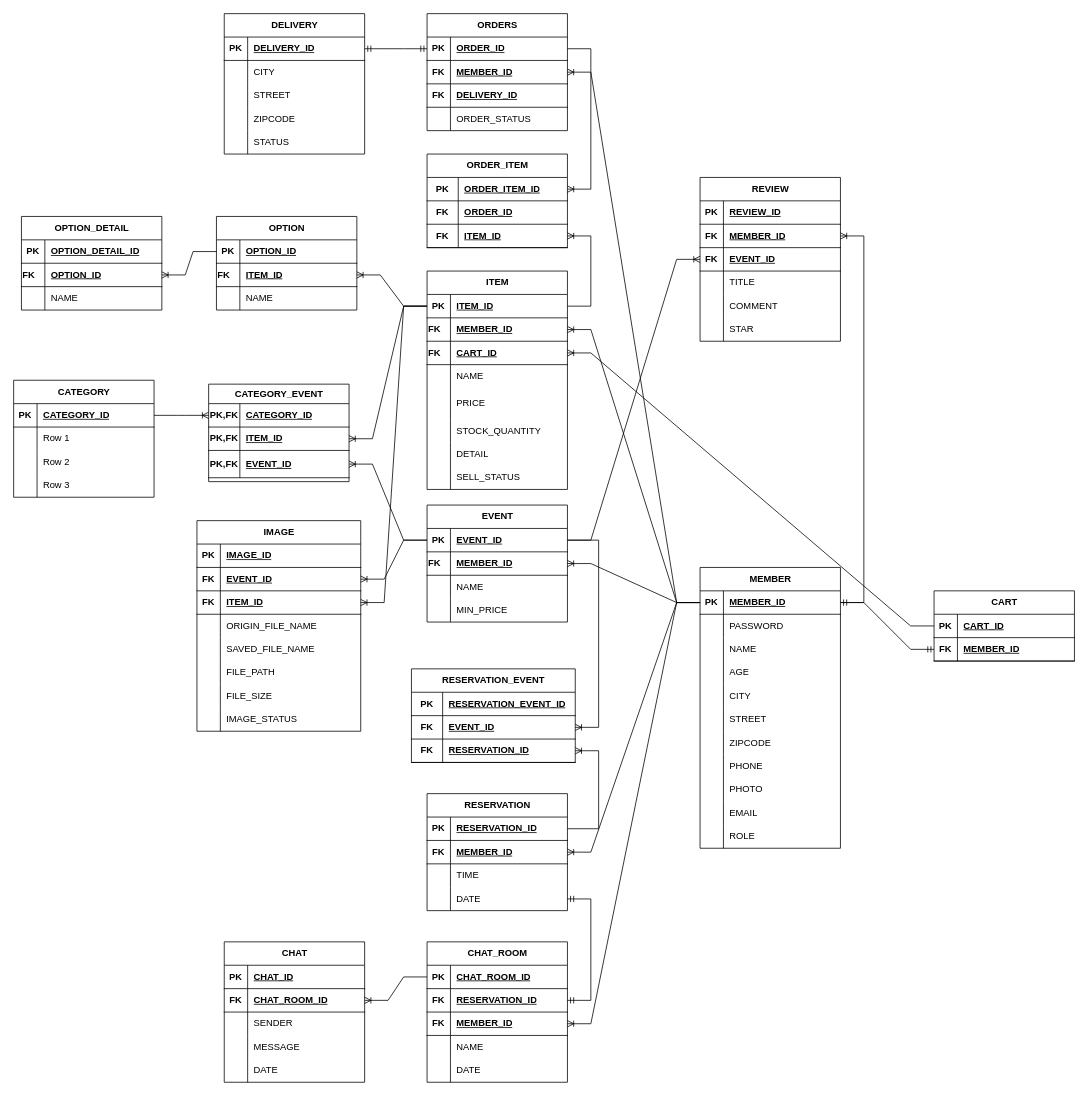
Above: EventLinkERD.drawio in leeheeweon/EventLink (draw.io), before the change. Source tidied: cells renumbered, new cells numbered last; positions are measured from the earlier drawing's top-left corner, leaving out a move shared by most shapes. Both pictures are drawn from the tidied source at 78%, with x=0, y=0 at pixel (13, 13).
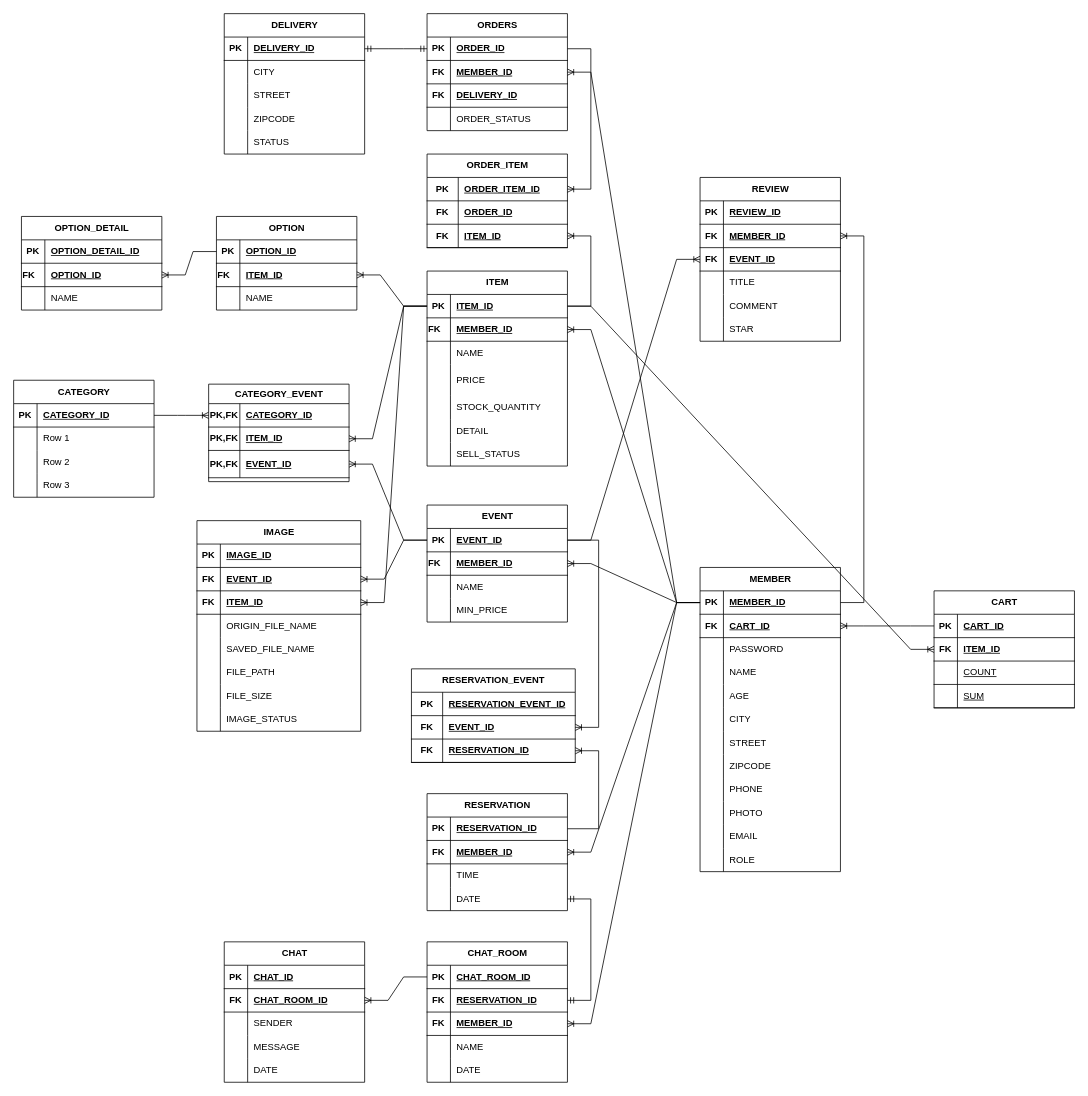
Above is the later version.

The change refers to these unchanged cells:
```xml
<mxCell id="113" style="shape=tableRow;horizontal=0;startSize=0;swimlaneHead=0;swimlaneBody=0;fillColor=none;points=[[0,0.5],[1,0.5]];portConstraint=eastwest;top=0;left=0;right=0;bottom=1;" parent="112" vertex="1">
  <mxGeometry y="30" width="180" height="30" as="geometry" />
</mxCell>
<mxCell id="174" style="shape=tableRow;horizontal=0;startSize=0;swimlaneHead=0;swimlaneBody=0;fillColor=none;points=[[0,0.5],[1,0.5]];portConstraint=eastwest;top=0;left=0;right=0;bottom=1;" parent="173" vertex="1">
  <mxGeometry y="30" width="180" height="30" as="geometry" />
</mxCell>
<mxCell id="213" style="shape=tableRow;horizontal=0;startSize=0;swimlaneHead=0;swimlaneBody=0;fillColor=none;points=[[0,0.5],[1,0.5]];portConstraint=eastwest;top=0;left=0;right=0;bottom=1;" parent="212" vertex="1">
  <mxGeometry y="30" width="180" height="30" as="geometry" />
</mxCell>
```

What changed in the source:
```diff
@@
     <mxCell id="112" value="MEMBER" style="shape=table;startSize=30;childLayout=tableLayout;rowLines=0;fontStyle=1;align=center;html=1;" parent="1" vertex="1">
-      <mxGeometry x="880" y="710" width="180" height="360" as="geometry" />
+      <mxGeometry x="880" y="710" width="180" height="390" as="geometry" />
     </mxCell>
@@
+    <mxCell id="285" style="shape=tableRow;horizontal=0;startSize=0;swimlaneHead=0;swimlaneBody=0;fillColor=none;points=[[0,0.5],[1,0.5]];portConstraint=eastwest;top=0;left=0;right=0;bottom=1;" parent="112" vertex="1">
+      <mxGeometry y="60" width="180" height="30" as="geometry" />
+    </mxCell>
+    <mxCell id="286" value="FK" style="shape=partialRectangle;fillColor=none;top=0;left=0;bottom=0;right=0;fontStyle=1;overflow=hidden;whiteSpace=wrap;html=1;" parent="285" vertex="1">
+      <mxGeometry width="30" height="30" as="geometry" />
+    </mxCell>
+    <mxCell id="182" value="CART_ID" style="shape=partialRectangle;fillColor=none;top=0;left=0;bottom=0;right=0;align=left;spacingLeft=6;fontStyle=5;overflow=hidden;whiteSpace=wrap;html=1;" parent="285" vertex="1">
+      <mxGeometry x="30" width="150" height="30" as="geometry" />
+    </mxCell>
     <mxCell id="116" style="shape=tableRow;horizontal=0;startSize=0;swimlaneHead=0;swimlaneBody=0;fillColor=none;top=0;left=0;right=0;bottom=0;" parent="112" vertex="1">
-      <mxGeometry y="60" width="180" height="30" as="geometry" />
+      <mxGeometry y="90" width="180" height="30" as="geometry" />
     </mxCell>
@@
     <mxCell id="119" style="shape=tableRow;horizontal=0;startSize=0;swimlaneHead=0;swimlaneBody=0;fillColor=none;top=0;left=0;right=0;bottom=0;" parent="112" vertex="1">
-      <mxGeometry y="90" width="180" height="30" as="geometry" />
+      <mxGeometry y="120" width="180" height="30" as="geometry" />
     </mxCell>
@@
     <mxCell id="122" style="shape=tableRow;horizontal=0;startSize=0;swimlaneHead=0;swimlaneBody=0;fillColor=none;top=0;left=0;right=0;bottom=0;" parent="112" vertex="1">
-      <mxGeometry y="120" width="180" height="30" as="geometry" />
+      <mxGeometry y="150" width="180" height="30" as="geometry" />
     </mxCell>
@@
     <mxCell id="125" style="shape=tableRow;horizontal=0;startSize=0;swimlaneHead=0;swimlaneBody=0;fillColor=none;top=0;left=0;right=0;bottom=0;" parent="112" vertex="1">
-      <mxGeometry y="150" width="180" height="30" as="geometry" />
+      <mxGeometry y="180" width="180" height="30" as="geometry" />
     </mxCell>
@@
     <mxCell id="128" style="shape=tableRow;horizontal=0;startSize=0;swimlaneHead=0;swimlaneBody=0;fillColor=none;top=0;left=0;right=0;bottom=0;" parent="112" vertex="1">
-      <mxGeometry y="180" width="180" height="30" as="geometry" />
+      <mxGeometry y="210" width="180" height="30" as="geometry" />
     </mxCell>
@@
     <mxCell id="131" style="shape=tableRow;horizontal=0;startSize=0;swimlaneHead=0;swimlaneBody=0;fillColor=none;top=0;left=0;right=0;bottom=0;" parent="112" vertex="1">
-      <mxGeometry y="210" width="180" height="30" as="geometry" />
+      <mxGeometry y="240" width="180" height="30" as="geometry" />
     </mxCell>
@@
     <mxCell id="134" style="shape=tableRow;horizontal=0;startSize=0;swimlaneHead=0;swimlaneBody=0;fillColor=none;top=0;left=0;right=0;bottom=0;" parent="112" vertex="1">
-      <mxGeometry y="240" width="180" height="30" as="geometry" />
+      <mxGeometry y="270" width="180" height="30" as="geometry" />
     </mxCell>
@@
     <mxCell id="137" style="shape=tableRow;horizontal=0;startSize=0;swimlaneHead=0;swimlaneBody=0;fillColor=none;top=0;left=0;right=0;bottom=0;" parent="112" vertex="1">
-      <mxGeometry y="270" width="180" height="30" as="geometry" />
+      <mxGeometry y="300" width="180" height="30" as="geometry" />
     </mxCell>
@@
     <mxCell id="140" style="shape=tableRow;horizontal=0;startSize=0;swimlaneHead=0;swimlaneBody=0;fillColor=none;top=0;left=0;right=0;bottom=0;" parent="112" vertex="1">
-      <mxGeometry y="300" width="180" height="30" as="geometry" />
+      <mxGeometry y="330" width="180" height="30" as="geometry" />
     </mxCell>
@@
     <mxCell id="143" style="shape=tableRow;horizontal=0;startSize=0;swimlaneHead=0;swimlaneBody=0;fillColor=none;top=0;left=0;right=0;bottom=0;" parent="112" vertex="1">
-      <mxGeometry y="330" width="180" height="30" as="geometry" />
+      <mxGeometry y="360" width="180" height="30" as="geometry" />
     </mxCell>
@@
     <mxCell id="173" value="ITEM" style="shape=table;startSize=30;childLayout=tableLayout;rowLines=0;fontStyle=1;align=center;html=1;" parent="1" vertex="1">
-      <mxGeometry x="530" y="330" width="180" height="280" as="geometry" />
+      <mxGeometry x="530" y="330" width="180" height="250" as="geometry" />
     </mxCell>
@@
-    <mxCell id="180" style="shape=tableRow;horizontal=0;startSize=0;swimlaneHead=0;swimlaneBody=0;fillColor=none;points=[[0,0.5],[1,0.5]];portConstraint=eastwest;top=0;left=0;right=0;bottom=1;" parent="173" vertex="1">
-      <mxGeometry y="90" width="180" height="30" as="geometry" />
-    </mxCell>
-    <mxCell id="181" value="FK&lt;span style=&quot;white-space: pre;&quot;&gt;&#9;&lt;/span&gt;" style="shape=partialRectangle;fillColor=none;top=0;left=0;bottom=0;right=0;fontStyle=1;overflow=hidden;whiteSpace=wrap;html=1;" parent="180" vertex="1">
-      <mxGeometry width="30" height="30" as="geometry" />
-    </mxCell>
-    <mxCell id="182" value="CART_ID" style="shape=partialRectangle;fillColor=none;top=0;left=0;bottom=0;right=0;align=left;spacingLeft=6;fontStyle=5;overflow=hidden;whiteSpace=wrap;html=1;" parent="180" vertex="1">
-      <mxGeometry x="30" width="150" height="30" as="geometry" />
-    </mxCell>
     <mxCell id="183" style="shape=tableRow;horizontal=0;startSize=0;swimlaneHead=0;swimlaneBody=0;fillColor=none;top=0;left=0;right=0;bottom=0;" parent="173" vertex="1">
-      <mxGeometry y="120" width="180" height="30" as="geometry" />
+      <mxGeometry y="90" width="180" height="30" as="geometry" />
     </mxCell>
@@
     <mxCell id="186" style="shape=tableRow;horizontal=0;startSize=0;swimlaneHead=0;swimlaneBody=0;fillColor=none;top=0;left=0;right=0;bottom=0;" parent="173" vertex="1">
-      <mxGeometry y="150" width="180" height="40" as="geometry" />
+      <mxGeometry y="120" width="180" height="40" as="geometry" />
     </mxCell>
@@
     <mxCell id="189" style="shape=tableRow;horizontal=0;startSize=0;swimlaneHead=0;swimlaneBody=0;fillColor=none;top=0;left=0;right=0;bottom=0;" parent="173" vertex="1">
-      <mxGeometry y="190" width="180" height="30" as="geometry" />
+      <mxGeometry y="160" width="180" height="30" as="geometry" />
     </mxCell>
@@
     <mxCell id="192" style="shape=tableRow;horizontal=0;startSize=0;swimlaneHead=0;swimlaneBody=0;fillColor=none;top=0;left=0;right=0;bottom=0;" parent="173" vertex="1">
-      <mxGeometry y="220" width="180" height="30" as="geometry" />
+      <mxGeometry y="190" width="180" height="30" as="geometry" />
     </mxCell>
@@
     <mxCell id="195" style="shape=tableRow;horizontal=0;startSize=0;swimlaneHead=0;swimlaneBody=0;fillColor=none;top=0;left=0;right=0;bottom=0;" parent="173" vertex="1">
-      <mxGeometry y="250" width="180" height="30" as="geometry" />
+      <mxGeometry y="220" width="180" height="30" as="geometry" />
     </mxCell>
@@
     <mxCell id="212" value="CART" style="shape=table;startSize=30;childLayout=tableLayout;rowLines=0;fontStyle=1;align=center;html=1;" parent="1" vertex="1">
-      <mxGeometry x="1180" y="740" width="180" height="90" as="geometry" />
+      <mxGeometry x="1180" y="740" width="180" height="150" as="geometry" />
     </mxCell>
@@
-    <mxCell id="216" style="shape=tableRow;horizontal=0;startSize=0;swimlaneHead=0;swimlaneBody=0;fillColor=none;points=[[0,0.5],[1,0.5]];portConstraint=eastwest;top=0;left=0;right=0;bottom=1;" parent="212" vertex="1">
-      <mxGeometry y="60" width="180" height="30" as="geometry" />
-    </mxCell>
-    <mxCell id="217" value="FK" style="shape=partialRectangle;fillColor=none;top=0;left=0;bottom=0;right=0;fontStyle=1;overflow=hidden;whiteSpace=wrap;html=1;" parent="216" vertex="1">
-      <mxGeometry width="30" height="30" as="geometry" />
-    </mxCell>
-    <mxCell id="218" value="MEMBER_ID" style="shape=partialRectangle;fillColor=none;top=0;left=0;bottom=0;right=0;align=left;spacingLeft=6;fontStyle=5;overflow=hidden;whiteSpace=wrap;html=1;" parent="216" vertex="1">
-      <mxGeometry x="30" width="150" height="30" as="geometry" />
-    </mxCell>
-    <mxCell id="219" style="edgeStyle=entityRelationEdgeStyle;fontSize=12;html=1;endArrow=ERoneToMany;rounded=0;" parent="1" edge="1" source="213" target="180">
-      <mxGeometry relative="1" as="geometry" />
-    </mxCell>
-    <mxCell id="220" style="edgeStyle=entityRelationEdgeStyle;fontSize=12;html=1;endArrow=ERmandOne;startArrow=ERmandOne;rounded=0;" parent="1" edge="1" source="113" target="216">
-      <mxGeometry relative="1" as="geometry" />
-    </mxCell>
+    <mxCell id="287" style="shape=tableRow;horizontal=0;startSize=0;swimlaneHead=0;swimlaneBody=0;fillColor=none;points=[[0,0.5],[1,0.5]];portConstraint=eastwest;top=0;left=0;right=0;bottom=1;" parent="212" vertex="1">
+      <mxGeometry y="60" width="180" height="30" as="geometry" />
+    </mxCell>
+    <mxCell id="288" value="FK" style="shape=partialRectangle;fillColor=none;top=0;left=0;bottom=0;right=0;fontStyle=1;overflow=hidden;whiteSpace=wrap;html=1;" parent="287" vertex="1">
+      <mxGeometry width="30" height="30" as="geometry" />
+    </mxCell>
+    <mxCell id="289" value="ITEM_ID" style="shape=partialRectangle;fillColor=none;top=0;left=0;bottom=0;right=0;align=left;spacingLeft=6;fontStyle=5;overflow=hidden;whiteSpace=wrap;html=1;" parent="287" vertex="1">
+      <mxGeometry x="30" width="150" height="30" as="geometry" />
+    </mxCell>
+    <mxCell id="180" style="shape=tableRow;horizontal=0;startSize=0;swimlaneHead=0;swimlaneBody=0;fillColor=none;points=[[0,0.5],[1,0.5]];portConstraint=eastwest;top=0;left=0;right=0;bottom=1;" parent="212" vertex="1">
+      <mxGeometry y="90" width="180" height="30" as="geometry" />
+    </mxCell>
+    <mxCell id="290" style="shape=partialRectangle;fillColor=none;top=0;left=0;bottom=0;right=0;fontStyle=1;overflow=hidden;whiteSpace=wrap;html=1;strokeColor=default;" parent="180" vertex="1">
+      <mxGeometry width="30" height="30" as="geometry" />
+    </mxCell>
+    <mxCell id="291" value="&lt;span style=&quot;font-weight: normal;&quot;&gt;COUNT&lt;/span&gt;" style="shape=partialRectangle;fillColor=none;top=0;left=0;bottom=0;right=0;align=left;spacingLeft=6;fontStyle=5;overflow=hidden;whiteSpace=wrap;html=1;strokeColor=default;" parent="180" vertex="1">
+      <mxGeometry x="30" width="150" height="30" as="geometry" />
+    </mxCell>
+    <mxCell id="292" style="shape=tableRow;horizontal=0;startSize=0;swimlaneHead=0;swimlaneBody=0;fillColor=none;top=0;left=0;right=0;bottom=1;" parent="212" vertex="1">
+      <mxGeometry y="120" width="180" height="30" as="geometry" />
+    </mxCell>
+    <mxCell id="293" style="shape=partialRectangle;fillColor=none;top=0;left=0;bottom=0;right=0;fontStyle=1;overflow=hidden;whiteSpace=wrap;html=1;strokeColor=default;" parent="292" vertex="1">
+      <mxGeometry width="30" height="30" as="geometry" />
+    </mxCell>
+    <mxCell id="294" value="&lt;span style=&quot;font-weight: normal;&quot;&gt;SUM&lt;/span&gt;" style="shape=partialRectangle;fillColor=none;top=0;left=0;bottom=0;right=0;align=left;spacingLeft=6;fontStyle=5;overflow=hidden;whiteSpace=wrap;html=1;strokeColor=default;" parent="292" vertex="1">
+      <mxGeometry x="30" width="150" height="30" as="geometry" />
+    </mxCell>
@@
+    <mxCell id="295" style="edgeStyle=entityRelationEdgeStyle;fontSize=12;html=1;endArrow=ERoneToMany;rounded=0;" parent="1" edge="1" source="174" target="287">
+      <mxGeometry relative="1" as="geometry" />
+    </mxCell>
+    <mxCell id="296" style="edgeStyle=entityRelationEdgeStyle;fontSize=12;html=1;endArrow=ERoneToMany;rounded=0;exitX=0;exitY=0.5;exitDx=0;exitDy=0;" parent="1" edge="1" source="213" target="285">
+      <mxGeometry relative="1" as="geometry" />
+    </mxCell>
```
